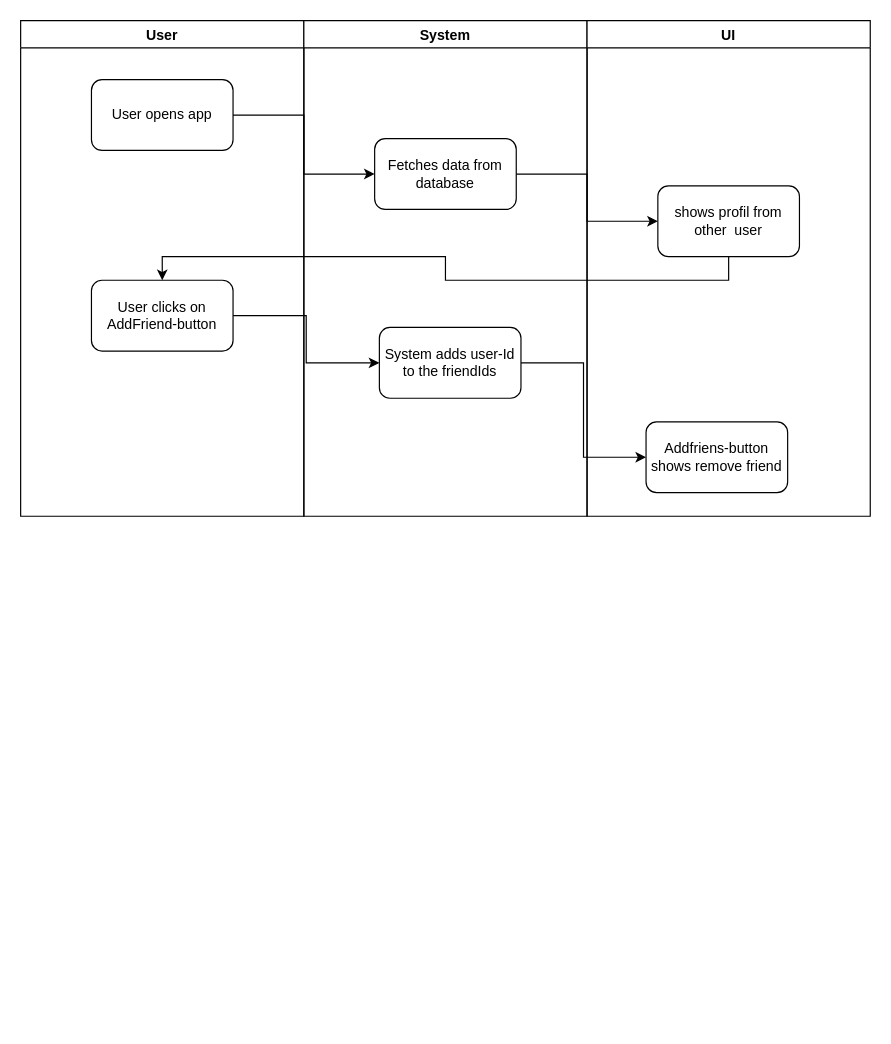
This is UC/pictures/FriendSystemDiagramm.drawio from ThSilv3r/Sweat4Success, a draw.io file, before an edit. Source tidied: cells renumbered, new cells numbered last; positions are measured from the earlier drawing's top-left corner, leaving out a move shared by most shapes. Both pictures are drawn from the tidied source at 118%, with x=0, y=0 at pixel (20, 20).
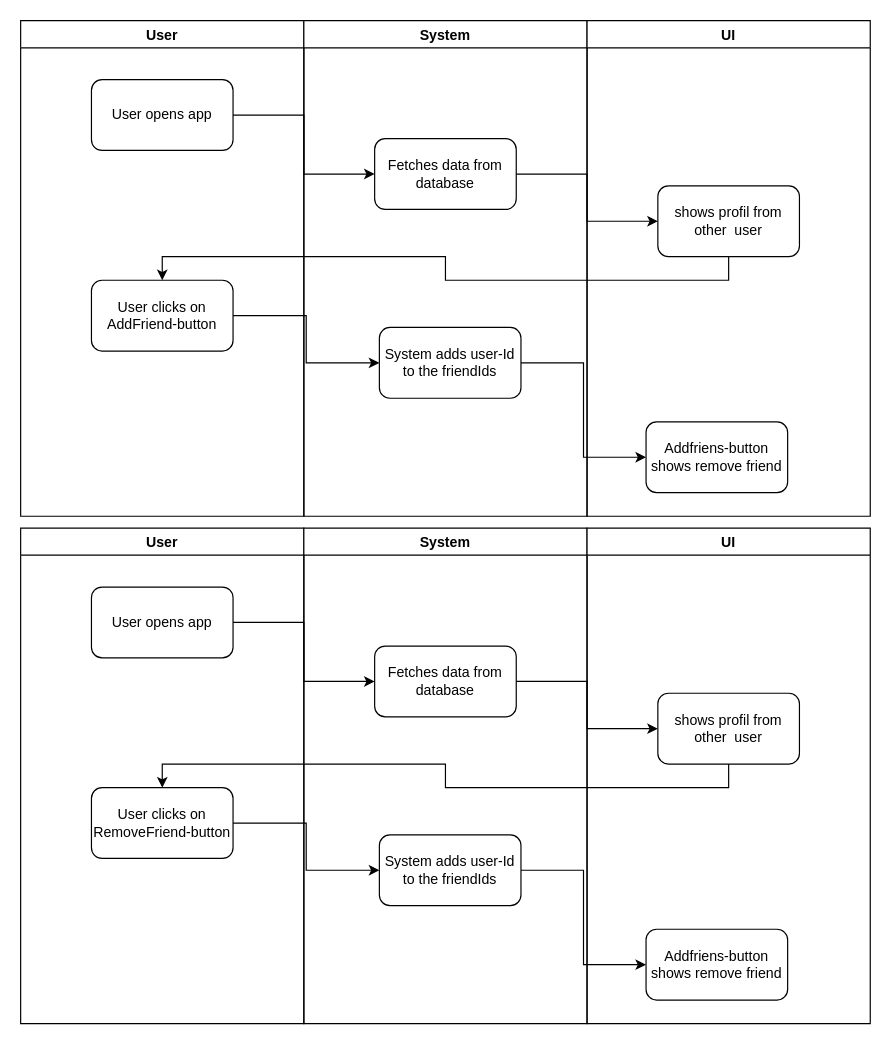
After the change.

Diff of the diagram source:
```diff
@@
+    <mxCell id="16" value="User" style="swimlane;" parent="1" vertex="1">
+      <mxGeometry y="430" width="240" height="420" as="geometry" />
+    </mxCell>
+    <mxCell id="17" value="User opens app" style="rounded=1;whiteSpace=wrap;html=1;" parent="16" vertex="1">
+      <mxGeometry x="60" y="50" width="120" height="60" as="geometry" />
+    </mxCell>
+    <mxCell id="18" value="User clicks on RemoveFriend-button" style="rounded=1;whiteSpace=wrap;html=1;" parent="16" vertex="1">
+      <mxGeometry x="60" y="220" width="120" height="60" as="geometry" />
+    </mxCell>
+    <mxCell id="19" value="System" style="swimlane;" parent="1" vertex="1">
+      <mxGeometry x="240" y="430" width="240" height="420" as="geometry" />
+    </mxCell>
+    <mxCell id="20" value="Fetches data from database" style="rounded=1;whiteSpace=wrap;html=1;" parent="19" vertex="1">
+      <mxGeometry x="60" y="100" width="120" height="60" as="geometry" />
+    </mxCell>
+    <mxCell id="21" value="System adds user-Id to the friendIds" style="rounded=1;whiteSpace=wrap;html=1;" parent="19" vertex="1">
+      <mxGeometry x="64" y="260" width="120" height="60" as="geometry" />
+    </mxCell>
+    <mxCell id="22" value="UI" style="swimlane;" parent="1" vertex="1">
+      <mxGeometry x="480" y="430" width="240" height="420" as="geometry" />
+    </mxCell>
+    <mxCell id="23" value="shows profil from other&amp;nbsp; user" style="rounded=1;whiteSpace=wrap;html=1;" parent="22" vertex="1">
+      <mxGeometry x="60" y="140" width="120" height="60" as="geometry" />
+    </mxCell>
+    <mxCell id="24" value="Addfriens-button shows remove friend" style="rounded=1;whiteSpace=wrap;html=1;" parent="22" vertex="1">
+      <mxGeometry x="50" y="340" width="120" height="60" as="geometry" />
+    </mxCell>
+    <mxCell id="25" style="edgeStyle=orthogonalEdgeStyle;rounded=0;jettySize=auto;html=1;exitX=1;exitY=0.5;exitDx=0;exitDy=0;entryX=0;entryY=0.5;entryDx=0;entryDy=0;" parent="1" edge="1" source="17" target="20">
+      <mxGeometry relative="1" as="geometry" />
+    </mxCell>
+    <mxCell id="26" style="edgeStyle=orthogonalEdgeStyle;rounded=0;jettySize=auto;html=1;exitX=1;exitY=0.5;exitDx=0;exitDy=0;entryX=0;entryY=0.5;entryDx=0;entryDy=0;" parent="1" edge="1" source="20" target="23">
+      <mxGeometry relative="1" as="geometry" />
+    </mxCell>
+    <mxCell id="27" style="edgeStyle=orthogonalEdgeStyle;rounded=0;jettySize=auto;html=1;exitX=0.5;exitY=1;exitDx=0;exitDy=0;entryX=0.5;entryY=0;entryDx=0;entryDy=0;" parent="1" edge="1" source="23" target="18">
+      <mxGeometry relative="1" as="geometry" />
+    </mxCell>
+    <mxCell id="28" style="edgeStyle=orthogonalEdgeStyle;rounded=0;jettySize=auto;html=1;exitX=1;exitY=0.5;exitDx=0;exitDy=0;entryX=0;entryY=0.5;entryDx=0;entryDy=0;" parent="1" edge="1" source="18" target="21">
+      <mxGeometry relative="1" as="geometry" />
+    </mxCell>
+    <mxCell id="29" style="edgeStyle=orthogonalEdgeStyle;rounded=0;jettySize=auto;html=1;exitX=1;exitY=0.5;exitDx=0;exitDy=0;entryX=0;entryY=0.5;entryDx=0;entryDy=0;" parent="1" edge="1" source="21" target="24">
+      <mxGeometry relative="1" as="geometry" />
+    </mxCell>
```
